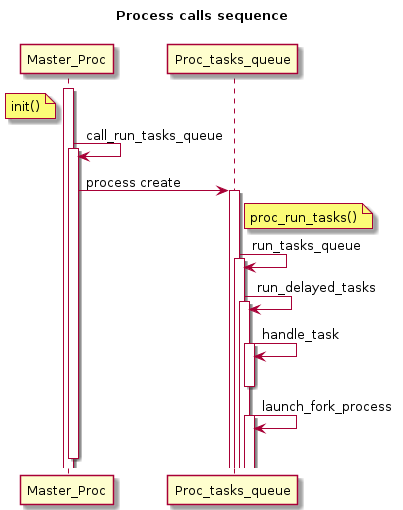
Above: doc/UML/Call_procs_bis.png in tof25/DST (PlantUML), before the change. Its diagram source:
```plantuml
@startuml
title Process calls sequence\n

note left of Master_Proc: init()
activate Master_Proc
Master_Proc->Master_Proc: call_run_tasks_queue
activate Master_Proc
Master_Proc->Proc_tasks_queue: process create
note right of Proc_tasks_queue: proc_run_tasks()
activate Proc_tasks_queue
Proc_tasks_queue ->Proc_tasks_queue: run_tasks_queue
activate Proc_tasks_queue
Proc_tasks_queue ->Proc_tasks_queue: run_delayed_tasks
activate Proc_tasks_queue
Proc_tasks_queue ->Proc_tasks_queue: handle_task
activate Proc_tasks_queue
deactivate Proc_tasks_queue
Proc_tasks_queue ->Proc_tasks_queue: launch_fork_process
activate Proc_tasks_queue
deactivate Master_Proc
@enduml
```
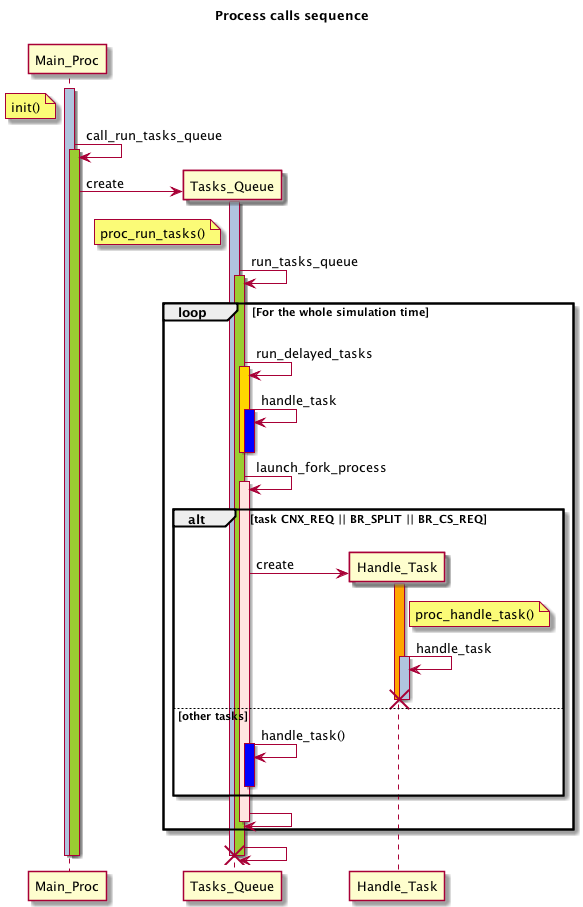
The same file after the commit.

Commit message:
Description de la séquence globale de création de process

Diff of the diagram source:
```diff
@@ -1,21 +1,65 @@
 @startuml
 title Process calls sequence\n
 
-note left of Master_Proc: init()
-activate Master_Proc
-Master_Proc->Master_Proc: call_run_tasks_queue
-activate Master_Proc
-Master_Proc->Proc_tasks_queue: process create
-note right of Proc_tasks_queue: proc_run_tasks()
-activate Proc_tasks_queue
-Proc_tasks_queue ->Proc_tasks_queue: run_tasks_queue
-activate Proc_tasks_queue
-Proc_tasks_queue ->Proc_tasks_queue: run_delayed_tasks
-activate Proc_tasks_queue
-Proc_tasks_queue ->Proc_tasks_queue: handle_task
-activate Proc_tasks_queue
-deactivate Proc_tasks_queue
-Proc_tasks_queue ->Proc_tasks_queue: launch_fork_process
-activate Proc_tasks_queue
-deactivate Master_Proc
+note left of Main_Proc: init()
+activate Main_Proc #LightSteelBlue
+
+Main_Proc -> Main_Proc: call_run_tasks_queue
+activate Main_Proc #YellowGreen
+
+create Tasks_Queue
+Main_Proc -> Tasks_Queue: create
+
+note left of Tasks_Queue: proc_run_tasks()
+activate Tasks_Queue #LightSteelBlue
+
+Tasks_Queue -> Tasks_Queue: run_tasks_queue
+activate Tasks_Queue #YellowGreen
+
+loop For the whole simulation time
+|||
+
+    Tasks_Queue -> Tasks_Queue: run_delayed_tasks
+    activate Tasks_Queue #Gold
+
+    Tasks_Queue -> Tasks_Queue: handle_task
+    activate Tasks_Queue #Blue
+    deactivate Tasks_Queue
+    deactivate Tasks_Queue
+
+    Tasks_Queue -> Tasks_Queue: launch_fork_process
+
+    activate Tasks_Queue #MistyRose
+
+    alt task CNX_REQ || BR_SPLIT || BR_CS_REQ
+    |||
+
+        create Handle_Task
+            Tasks_Queue -> Handle_Task: create
+
+            note right of Handle_Task: proc_handle_task()
+            activate Handle_Task #Orange
+
+            Handle_Task -> Handle_Task: handle_task
+            activate Handle_Task #LightSteelBlue
+            deactivate Handle_Task
+        destroy Handle_Task
+
+    else other tasks
+
+        Tasks_Queue -> Tasks_Queue: handle_task()
+        activate Tasks_Queue #Blue
+        deactivate Tasks_Queue
+    end
+
+    Tasks_Queue -> Tasks_Queue
+    deactivate Tasks_Queue
+end
+Tasks_Queue -> Tasks_Queue
+deactivate Tasks_Queue
+
+destroy Tasks_Queue
+
+deactivate Main_Proc
+deactivate Main_Proc
 @enduml
```
